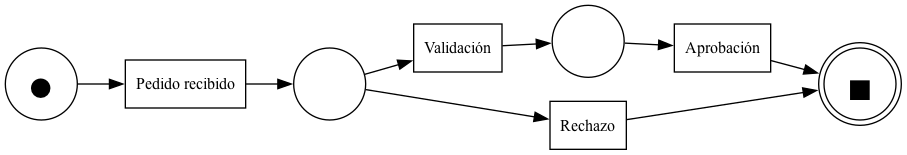
IvanciniGT/fornacionProcessMining keeps this BPMN diagram as proyecto/proceso.png. Above is the earlier version. Its source is kept beside it as proyecto/proceso.bpmn. Ids are renumbered.
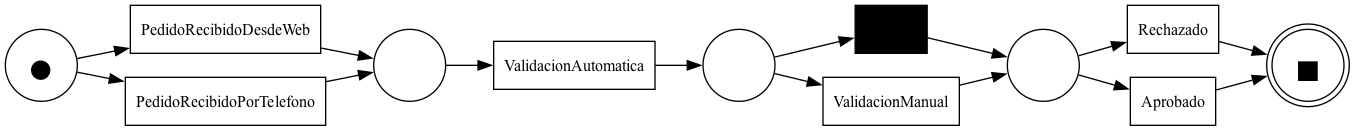
Later version of the same file.

Diff of the diagram source:
```diff
@@ -1,101 +1,187 @@
 <bpmn:definitions xmlns:bpmn="http://www.omg.org/spec/BPMN/20100524/MODEL" xmlns:bpmndi="http://www.omg.org/spec/BPMN/20100524/DI" xmlns:omgdc="http://www.omg.org/spec/DD/20100524/DC" xmlns:omgdi="http://www.omg.org/spec/DD/20100524/DI" xmlns:xsi="http://www.w3.org/2001/XMLSchema-instance" xmlns:xsd="http://www.w3.org/2001/XMLSchema" targetNamespace="http://www.signavio.com/bpmn20" typeLanguage="http://www.w3.org/2001/XMLSchema" expressionLanguage="http://www.w3.org/1999/XPath">
-	<bpmn:process id="idff883278-a782-46be-8753-69ed045f25b2" isClosed="false" isExecutable="false" processType="None">
-		<bpmn:startEvent id="id6594d415-9bce-4fbb-8212-69505a89ed87" isInterrupting="true" name="start" parallelMultiple="false">
-			<bpmn:outgoing>id57bade37-9b22-4f04-8507-c6e9c0f9b85c</bpmn:outgoing>
+	<bpmn:process id="id93836b6e-9e4e-4e56-ad1c-3d913310b646" isClosed="false" isExecutable="false" processType="None">
+		<bpmn:endEvent id="id693b7e85-7be4-4872-bb23-1597f8c43448" name="end">
+			<bpmn:incoming>id4321aead-5b93-4326-8531-d6b0dee3fb2e</bpmn:incoming>
+		</bpmn:endEvent>
+		<bpmn:startEvent id="id0584e81a-3604-4b5e-b34d-1d84cfd0fe35" isInterrupting="true" name="start" parallelMultiple="false">
+			<bpmn:outgoing>idf3d0fe11-0fd1-4a5f-bdea-beb90670f0ce</bpmn:outgoing>
 		</bpmn:startEvent>
-		<bpmn:task id="id8fc5c674-ca1e-4f13-898c-afba2a680346" name="Aprobación">
-			<bpmn:incoming>id27a8c4cc-bfbb-4586-ada8-4e8ed314bcc6</bpmn:incoming>
-			<bpmn:outgoing>id4e5296a8-976d-4ba7-9d4b-21c0367ceaa2</bpmn:outgoing>
+		<bpmn:task id="ida47cccf9-6726-45e5-9238-001952c487e7" name="Rechazado">
+			<bpmn:incoming>id465273c0-068e-4e06-a0ec-f44856e76a81</bpmn:incoming>
+			<bpmn:outgoing>ide76a69ef-155f-42fd-b342-de364715c949</bpmn:outgoing>
 		</bpmn:task>
-		<bpmn:task id="idb72cdee4-f36e-4233-bef3-cbbe7478666d" name="Validación">
-			<bpmn:incoming>id9202372a-2c44-4b64-80c6-0b350428802c</bpmn:incoming>
-			<bpmn:outgoing>id27a8c4cc-bfbb-4586-ada8-4e8ed314bcc6</bpmn:outgoing>
+		<bpmn:exclusiveGateway id="id4e5f2ef2-3d8f-43e8-9202-d961c60a2521" gatewayDirection="Converging" name="">
+			<bpmn:incoming>id7db55b87-12c8-4267-b6e4-5146538f8936</bpmn:incoming>
+			<bpmn:incoming>idc91f7ee8-223a-4f29-8973-dc4bfc54229f</bpmn:incoming>
+			<bpmn:outgoing>idaa6eddfa-0eaa-448d-9503-8450d5738f12</bpmn:outgoing>
+		</bpmn:exclusiveGateway>
+		<bpmn:exclusiveGateway id="idb826dea0-fcb3-4ecb-9b91-082bde508b7b" gatewayDirection="Converging" name="">
+			<bpmn:incoming>ida36220d8-4796-4551-b97e-a91ef34ea2b9</bpmn:incoming>
+			<bpmn:incoming>id8af5a132-b155-4cb5-81fe-114ad2579360</bpmn:incoming>
+			<bpmn:outgoing>id6d40223a-8cb6-49de-8523-db5dae88e731</bpmn:outgoing>
+		</bpmn:exclusiveGateway>
+		<bpmn:task id="id557d32e7-872c-4a02-8214-9d72df72401c" name="ValidacionAutomatica">
+			<bpmn:incoming>idaa6eddfa-0eaa-448d-9503-8450d5738f12</bpmn:incoming>
+			<bpmn:outgoing>id7d93d620-0bcc-4d8f-89f5-46e9eeb69cd6</bpmn:outgoing>
 		</bpmn:task>
-		<bpmn:exclusiveGateway id="id134a6237-05ae-40e8-941f-4ae38ae382b9" gatewayDirection="Converging" name="">
-			<bpmn:incoming>id4e5296a8-976d-4ba7-9d4b-21c0367ceaa2</bpmn:incoming>
-			<bpmn:incoming>id14e41b5d-f9ec-466b-ac2c-3105e97f6de9</bpmn:incoming>
-			<bpmn:outgoing>id11676f8a-309e-4892-a1cd-c5292acd186a</bpmn:outgoing>
+		<bpmn:exclusiveGateway id="id77269ff3-d4ac-416a-b44a-7a3007da5acf" gatewayDirection="Diverging" name="">
+			<bpmn:incoming>id7d93d620-0bcc-4d8f-89f5-46e9eeb69cd6</bpmn:incoming>
+			<bpmn:outgoing>id12bec232-514a-4bf1-a6ad-b4496789d6b8</bpmn:outgoing>
+			<bpmn:outgoing>id8af5a132-b155-4cb5-81fe-114ad2579360</bpmn:outgoing>
 		</bpmn:exclusiveGateway>
-		<bpmn:endEvent id="id41232b39-f47f-4671-9601-d4cc579d4808" name="end">
-			<bpmn:incoming>id11676f8a-309e-4892-a1cd-c5292acd186a</bpmn:incoming>
-		</bpmn:endEvent>
-		<bpmn:task id="id312d2b5c-76a1-4730-8d3b-8a5ba14bac87" name="Rechazo">
-			<bpmn:incoming>id86ce0a59-124a-44a4-abe5-62d6d11496dc</bpmn:incoming>
-			<bpmn:outgoing>id14e41b5d-f9ec-466b-ac2c-3105e97f6de9</bpmn:outgoing>
+		<bpmn:exclusiveGateway id="id94c1df11-d3ce-4c88-93a3-bdbedfeea1cb" gatewayDirection="Diverging" name="">
+			<bpmn:incoming>idf3d0fe11-0fd1-4a5f-bdea-beb90670f0ce</bpmn:incoming>
+			<bpmn:outgoing>id654465dc-98f7-414d-8bb9-394f51d8433b</bpmn:outgoing>
+			<bpmn:outgoing>id06fe6e74-ca86-4044-9f05-516a0cf81f81</bpmn:outgoing>
+		</bpmn:exclusiveGateway>
+		<bpmn:task id="id6d36193b-50a3-4165-8dc2-18605b87f64f" name="Aprobado">
+			<bpmn:incoming>id69ece817-0a8d-474d-a629-29c243f7f2ad</bpmn:incoming>
+			<bpmn:outgoing>id7360a740-af58-48de-9b46-af02af34c599</bpmn:outgoing>
 		</bpmn:task>
-		<bpmn:exclusiveGateway id="idde0e7bd8-8305-4a56-aacc-8daa7294e02a" gatewayDirection="Diverging" name="">
-			<bpmn:incoming>id829ffb2b-ee24-4e48-8cc9-0a66d6006cab</bpmn:incoming>
-			<bpmn:outgoing>id9202372a-2c44-4b64-80c6-0b350428802c</bpmn:outgoing>
-			<bpmn:outgoing>id86ce0a59-124a-44a4-abe5-62d6d11496dc</bpmn:outgoing>
+		<bpmn:task id="id1891f0bd-4c56-4d26-b762-709bf7877318" name="ValidacionManual">
+			<bpmn:incoming>id12bec232-514a-4bf1-a6ad-b4496789d6b8</bpmn:incoming>
+			<bpmn:outgoing>ida36220d8-4796-4551-b97e-a91ef34ea2b9</bpmn:outgoing>
+		</bpmn:task>
+		<bpmn:exclusiveGateway id="id4f3969fd-3296-43cd-9369-5de511534e99" gatewayDirection="Diverging" name="">
+			<bpmn:incoming>id6d40223a-8cb6-49de-8523-db5dae88e731</bpmn:incoming>
+			<bpmn:outgoing>id465273c0-068e-4e06-a0ec-f44856e76a81</bpmn:outgoing>
+			<bpmn:outgoing>id69ece817-0a8d-474d-a629-29c243f7f2ad</bpmn:outgoing>
 		</bpmn:exclusiveGateway>
-		<bpmn:task id="id31c356a4-5f87-4698-8d2c-d82ed73baa3e" name="Pedido recibido">
-			<bpmn:incoming>id57bade37-9b22-4f04-8507-c6e9c0f9b85c</bpmn:incoming>
-			<bpmn:outgoing>id829ffb2b-ee24-4e48-8cc9-0a66d6006cab</bpmn:outgoing>
+		<bpmn:task id="idaae6b267-9605-4486-958d-1418a9f28968" name="PedidoRecibidoDesdeWeb">
+			<bpmn:incoming>id06fe6e74-ca86-4044-9f05-516a0cf81f81</bpmn:incoming>
+			<bpmn:outgoing>idc91f7ee8-223a-4f29-8973-dc4bfc54229f</bpmn:outgoing>
 		</bpmn:task>
-		<bpmn:sequenceFlow id="id829ffb2b-ee24-4e48-8cc9-0a66d6006cab" name="" sourceRef="id31c356a4-5f87-4698-8d2c-d82ed73baa3e" targetRef="idde0e7bd8-8305-4a56-aacc-8daa7294e02a"/>
-		<bpmn:sequenceFlow id="id14e41b5d-f9ec-466b-ac2c-3105e97f6de9" name="" sourceRef="id312d2b5c-76a1-4730-8d3b-8a5ba14bac87" targetRef="id134a6237-05ae-40e8-941f-4ae38ae382b9"/>
-		<bpmn:sequenceFlow id="id57bade37-9b22-4f04-8507-c6e9c0f9b85c" name="" sourceRef="id6594d415-9bce-4fbb-8212-69505a89ed87" targetRef="id31c356a4-5f87-4698-8d2c-d82ed73baa3e"/>
-		<bpmn:sequenceFlow id="id4e5296a8-976d-4ba7-9d4b-21c0367ceaa2" name="" sourceRef="id8fc5c674-ca1e-4f13-898c-afba2a680346" targetRef="id134a6237-05ae-40e8-941f-4ae38ae382b9"/>
-		<bpmn:sequenceFlow id="id86ce0a59-124a-44a4-abe5-62d6d11496dc" name="" sourceRef="idde0e7bd8-8305-4a56-aacc-8daa7294e02a" targetRef="id312d2b5c-76a1-4730-8d3b-8a5ba14bac87"/>
-		<bpmn:sequenceFlow id="id9202372a-2c44-4b64-80c6-0b350428802c" name="" sourceRef="idde0e7bd8-8305-4a56-aacc-8daa7294e02a" targetRef="idb72cdee4-f36e-4233-bef3-cbbe7478666d"/>
-		<bpmn:sequenceFlow id="id11676f8a-309e-4892-a1cd-c5292acd186a" name="" sourceRef="id134a6237-05ae-40e8-941f-4ae38ae382b9" targetRef="id41232b39-f47f-4671-9601-d4cc579d4808"/>
-		<bpmn:sequenceFlow id="id27a8c4cc-bfbb-4586-ada8-4e8ed314bcc6" name="" sourceRef="idb72cdee4-f36e-4233-bef3-cbbe7478666d" targetRef="id8fc5c674-ca1e-4f13-898c-afba2a680346"/>
+		<bpmn:task id="id175747a3-25f1-4943-9065-267a742778fa" name="PedidoRecibidoPorTelefono">
+			<bpmn:incoming>id654465dc-98f7-414d-8bb9-394f51d8433b</bpmn:incoming>
+			<bpmn:outgoing>id7db55b87-12c8-4267-b6e4-5146538f8936</bpmn:outgoing>
+		</bpmn:task>
+		<bpmn:exclusiveGateway id="id1cb9c644-9723-4142-859b-35d76d9946d9" gatewayDirection="Converging" name="">
+			<bpmn:incoming>ide76a69ef-155f-42fd-b342-de364715c949</bpmn:incoming>
+			<bpmn:incoming>id7360a740-af58-48de-9b46-af02af34c599</bpmn:incoming>
+			<bpmn:outgoing>id4321aead-5b93-4326-8531-d6b0dee3fb2e</bpmn:outgoing>
+		</bpmn:exclusiveGateway>
+		<bpmn:sequenceFlow id="idf3d0fe11-0fd1-4a5f-bdea-beb90670f0ce" name="" sourceRef="id0584e81a-3604-4b5e-b34d-1d84cfd0fe35" targetRef="id94c1df11-d3ce-4c88-93a3-bdbedfeea1cb"/>
+		<bpmn:sequenceFlow id="ida36220d8-4796-4551-b97e-a91ef34ea2b9" name="" sourceRef="id1891f0bd-4c56-4d26-b762-709bf7877318" targetRef="idb826dea0-fcb3-4ecb-9b91-082bde508b7b"/>
+		<bpmn:sequenceFlow id="id06fe6e74-ca86-4044-9f05-516a0cf81f81" name="" sourceRef="id94c1df11-d3ce-4c88-93a3-bdbedfeea1cb" targetRef="idaae6b267-9605-4486-958d-1418a9f28968"/>
+		<bpmn:sequenceFlow id="id7360a740-af58-48de-9b46-af02af34c599" name="" sourceRef="id6d36193b-50a3-4165-8dc2-18605b87f64f" targetRef="id1cb9c644-9723-4142-859b-35d76d9946d9"/>
+		<bpmn:sequenceFlow id="ide76a69ef-155f-42fd-b342-de364715c949" name="" sourceRef="ida47cccf9-6726-45e5-9238-001952c487e7" targetRef="id1cb9c644-9723-4142-859b-35d76d9946d9"/>
+		<bpmn:sequenceFlow id="id465273c0-068e-4e06-a0ec-f44856e76a81" name="" sourceRef="id4f3969fd-3296-43cd-9369-5de511534e99" targetRef="ida47cccf9-6726-45e5-9238-001952c487e7"/>
+		<bpmn:sequenceFlow id="id6d40223a-8cb6-49de-8523-db5dae88e731" name="" sourceRef="idb826dea0-fcb3-4ecb-9b91-082bde508b7b" targetRef="id4f3969fd-3296-43cd-9369-5de511534e99"/>
+		<bpmn:sequenceFlow id="id654465dc-98f7-414d-8bb9-394f51d8433b" name="" sourceRef="id94c1df11-d3ce-4c88-93a3-bdbedfeea1cb" targetRef="id175747a3-25f1-4943-9065-267a742778fa"/>
+		<bpmn:sequenceFlow id="id4321aead-5b93-4326-8531-d6b0dee3fb2e" name="" sourceRef="id1cb9c644-9723-4142-859b-35d76d9946d9" targetRef="id693b7e85-7be4-4872-bb23-1597f8c43448"/>
+		<bpmn:sequenceFlow id="id69ece817-0a8d-474d-a629-29c243f7f2ad" name="" sourceRef="id4f3969fd-3296-43cd-9369-5de511534e99" targetRef="id6d36193b-50a3-4165-8dc2-18605b87f64f"/>
+		<bpmn:sequenceFlow id="id7d93d620-0bcc-4d8f-89f5-46e9eeb69cd6" name="" sourceRef="id557d32e7-872c-4a02-8214-9d72df72401c" targetRef="id77269ff3-d4ac-416a-b44a-7a3007da5acf"/>
+		<bpmn:sequenceFlow id="id12bec232-514a-4bf1-a6ad-b4496789d6b8" name="" sourceRef="id77269ff3-d4ac-416a-b44a-7a3007da5acf" targetRef="id1891f0bd-4c56-4d26-b762-709bf7877318"/>
+		<bpmn:sequenceFlow id="id8af5a132-b155-4cb5-81fe-114ad2579360" name="" sourceRef="id77269ff3-d4ac-416a-b44a-7a3007da5acf" targetRef="idb826dea0-fcb3-4ecb-9b91-082bde508b7b"/>
+		<bpmn:sequenceFlow id="id7db55b87-12c8-4267-b6e4-5146538f8936" name="" sourceRef="id175747a3-25f1-4943-9065-267a742778fa" targetRef="id4e5f2ef2-3d8f-43e8-9202-d961c60a2521"/>
+		<bpmn:sequenceFlow id="idaa6eddfa-0eaa-448d-9503-8450d5738f12" name="" sourceRef="id4e5f2ef2-3d8f-43e8-9202-d961c60a2521" targetRef="id557d32e7-872c-4a02-8214-9d72df72401c"/>
+		<bpmn:sequenceFlow id="idc91f7ee8-223a-4f29-8973-dc4bfc54229f" name="" sourceRef="idaae6b267-9605-4486-958d-1418a9f28968" targetRef="id4e5f2ef2-3d8f-43e8-9202-d961c60a2521"/>
 	</bpmn:process>
-	<bpmndi:BPMNDiagram id="id3c832f25-4b2e-43fd-a970-7e90f9a3df7d" name="diagram">
-		<bpmndi:BPMNPlane bpmnElement="idff883278-a782-46be-8753-69ed045f25b2" id="id2670e4c5-fcc9-42c1-a2b2-0071871ab240">
-			<bpmndi:BPMNShape bpmnElement="id6594d415-9bce-4fbb-8212-69505a89ed87" id="id6594d415-9bce-4fbb-8212-69505a89ed87_gui">
+	<bpmndi:BPMNDiagram id="id45b3cb8c-500e-4456-a106-db1872102c3c" name="diagram">
+		<bpmndi:BPMNPlane bpmnElement="id93836b6e-9e4e-4e56-ad1c-3d913310b646" id="id0b203d4b-00ae-4634-a216-fe9f8c76f361">
+			<bpmndi:BPMNShape bpmnElement="id693b7e85-7be4-4872-bb23-1597f8c43448" id="id693b7e85-7be4-4872-bb23-1597f8c43448_gui">
 				<omgdc:Bounds height="100" width="100" x="0" y="0"/>
 			</bpmndi:BPMNShape>
-			<bpmndi:BPMNShape bpmnElement="id8fc5c674-ca1e-4f13-898c-afba2a680346" id="id8fc5c674-ca1e-4f13-898c-afba2a680346_gui">
+			<bpmndi:BPMNShape bpmnElement="id0584e81a-3604-4b5e-b34d-1d84cfd0fe35" id="id0584e81a-3604-4b5e-b34d-1d84cfd0fe35_gui">
 				<omgdc:Bounds height="100" width="100" x="0" y="0"/>
 			</bpmndi:BPMNShape>
-			<bpmndi:BPMNShape bpmnElement="idb72cdee4-f36e-4233-bef3-cbbe7478666d" id="idb72cdee4-f36e-4233-bef3-cbbe7478666d_gui">
+			<bpmndi:BPMNShape bpmnElement="ida47cccf9-6726-45e5-9238-001952c487e7" id="ida47cccf9-6726-45e5-9238-001952c487e7_gui">
 				<omgdc:Bounds height="100" width="100" x="0" y="0"/>
 			</bpmndi:BPMNShape>
-			<bpmndi:BPMNShape bpmnElement="id134a6237-05ae-40e8-941f-4ae38ae382b9" id="id134a6237-05ae-40e8-941f-4ae38ae382b9_gui">
+			<bpmndi:BPMNShape bpmnElement="id4e5f2ef2-3d8f-43e8-9202-d961c60a2521" id="id4e5f2ef2-3d8f-43e8-9202-d961c60a2521_gui">
 				<omgdc:Bounds height="100" width="100" x="0" y="0"/>
 			</bpmndi:BPMNShape>
-			<bpmndi:BPMNShape bpmnElement="id41232b39-f47f-4671-9601-d4cc579d4808" id="id41232b39-f47f-4671-9601-d4cc579d4808_gui">
+			<bpmndi:BPMNShape bpmnElement="idb826dea0-fcb3-4ecb-9b91-082bde508b7b" id="idb826dea0-fcb3-4ecb-9b91-082bde508b7b_gui">
 				<omgdc:Bounds height="100" width="100" x="0" y="0"/>
 			</bpmndi:BPMNShape>
-			<bpmndi:BPMNShape bpmnElement="id312d2b5c-76a1-4730-8d3b-8a5ba14bac87" id="id312d2b5c-76a1-4730-8d3b-8a5ba14bac87_gui">
+			<bpmndi:BPMNShape bpmnElement="id557d32e7-872c-4a02-8214-9d72df72401c" id="id557d32e7-872c-4a02-8214-9d72df72401c_gui">
 				<omgdc:Bounds height="100" width="100" x="0" y="0"/>
 			</bpmndi:BPMNShape>
-			<bpmndi:BPMNShape bpmnElement="idde0e7bd8-8305-4a56-aacc-8daa7294e02a" id="idde0e7bd8-8305-4a56-aacc-8daa7294e02a_gui">
+			<bpmndi:BPMNShape bpmnElement="id77269ff3-d4ac-416a-b44a-7a3007da5acf" id="id77269ff3-d4ac-416a-b44a-7a3007da5acf_gui">
 				<omgdc:Bounds height="100" width="100" x="0" y="0"/>
 			</bpmndi:BPMNShape>
-			<bpmndi:BPMNShape bpmnElement="id31c356a4-5f87-4698-8d2c-d82ed73baa3e" id="id31c356a4-5f87-4698-8d2c-d82ed73baa3e_gui">
+			<bpmndi:BPMNShape bpmnElement="id94c1df11-d3ce-4c88-93a3-bdbedfeea1cb" id="id94c1df11-d3ce-4c88-93a3-bdbedfeea1cb_gui">
 				<omgdc:Bounds height="100" width="100" x="0" y="0"/>
 			</bpmndi:BPMNShape>
-			<bpmndi:BPMNEdge bpmnElement="id829ffb2b-ee24-4e48-8cc9-0a66d6006cab" id="id829ffb2b-ee24-4e48-8cc9-0a66d6006cab_gui">
+			<bpmndi:BPMNShape bpmnElement="id6d36193b-50a3-4165-8dc2-18605b87f64f" id="id6d36193b-50a3-4165-8dc2-18605b87f64f_gui">
+				<omgdc:Bounds height="100" width="100" x="0" y="0"/>
+			</bpmndi:BPMNShape>
+			<bpmndi:BPMNShape bpmnElement="id1891f0bd-4c56-4d26-b762-709bf7877318" id="id1891f0bd-4c56-4d26-b762-709bf7877318_gui">
+				<omgdc:Bounds height="100" width="100" x="0" y="0"/>
+			</bpmndi:BPMNShape>
+			<bpmndi:BPMNShape bpmnElement="id4f3969fd-3296-43cd-9369-5de511534e99" id="id4f3969fd-3296-43cd-9369-5de511534e99_gui">
+				<omgdc:Bounds height="100" width="100" x="0" y="0"/>
+			</bpmndi:BPMNShape>
+			<bpmndi:BPMNShape bpmnElement="idaae6b267-9605-4486-958d-1418a9f28968" id="idaae6b267-9605-4486-958d-1418a9f28968_gui">
+				<omgdc:Bounds height="100" width="100" x="0" y="0"/>
+			</bpmndi:BPMNShape>
+			<bpmndi:BPMNShape bpmnElement="id175747a3-25f1-4943-9065-267a742778fa" id="id175747a3-25f1-4943-9065-267a742778fa_gui">
+				<omgdc:Bounds height="100" width="100" x="0" y="0"/>
+			</bpmndi:BPMNShape>
+			<bpmndi:BPMNShape bpmnElement="id1cb9c644-9723-4142-859b-35d76d9946d9" id="id1cb9c644-9723-4142-859b-35d76d9946d9_gui">
+				<omgdc:Bounds height="100" width="100" x="0" y="0"/>
+			</bpmndi:BPMNShape>
+			<bpmndi:BPMNEdge bpmnElement="idf3d0fe11-0fd1-4a5f-bdea-beb90670f0ce" id="idf3d0fe11-0fd1-4a5f-bdea-beb90670f0ce_gui">
 				<omgdi:waypoint x="0" y="0"/>
 				<omgdi:waypoint x="0" y="0"/>
 			</bpmndi:BPMNEdge>
-			<bpmndi:BPMNEdge bpmnElement="id14e41b5d-f9ec-466b-ac2c-3105e97f6de9" id="id14e41b5d-f9ec-466b-ac2c-3105e97f6de9_gui">
+			<bpmndi:BPMNEdge bpmnElement="ida36220d8-4796-4551-b97e-a91ef34ea2b9" id="ida36220d8-4796-4551-b97e-a91ef34ea2b9_gui">
 				<omgdi:waypoint x="0" y="0"/>
 				<omgdi:waypoint x="0" y="0"/>
 			</bpmndi:BPMNEdge>
-			<bpmndi:BPMNEdge bpmnElement="id57bade37-9b22-4f04-8507-c6e9c0f9b85c" id="id57bade37-9b22-4f04-8507-c6e9c0f9b85c_gui">
+			<bpmndi:BPMNEdge bpmnElement="id06fe6e74-ca86-4044-9f05-516a0cf81f81" id="id06fe6e74-ca86-4044-9f05-516a0cf81f81_gui">
 				<omgdi:waypoint x="0" y="0"/>
 				<omgdi:waypoint x="0" y="0"/>
 			</bpmndi:BPMNEdge>
-			<bpmndi:BPMNEdge bpmnElement="id4e5296a8-976d-4ba7-9d4b-21c0367ceaa2" id="id4e5296a8-976d-4ba7-9d4b-21c0367ceaa2_gui">
+			<bpmndi:BPMNEdge bpmnElement="id7360a740-af58-48de-9b46-af02af34c599" id="id7360a740-af58-48de-9b46-af02af34c599_gui">
 				<omgdi:waypoint x="0" y="0"/>
 				<omgdi:waypoint x="0" y="0"/>
 			</bpmndi:BPMNEdge>
-			<bpmndi:BPMNEdge bpmnElement="id86ce0a59-124a-44a4-abe5-62d6d11496dc" id="id86ce0a59-124a-44a4-abe5-62d6d11496dc_gui">
+			<bpmndi:BPMNEdge bpmnElement="ide76a69ef-155f-42fd-b342-de364715c949" id="ide76a69ef-155f-42fd-b342-de364715c949_gui">
 				<omgdi:waypoint x="0" y="0"/>
 				<omgdi:waypoint x="0" y="0"/>
 			</bpmndi:BPMNEdge>
-			<bpmndi:BPMNEdge bpmnElement="id9202372a-2c44-4b64-80c6-0b350428802c" id="id9202372a-2c44-4b64-80c6-0b350428802c_gui">
+			<bpmndi:BPMNEdge bpmnElement="id465273c0-068e-4e06-a0ec-f44856e76a81" id="id465273c0-068e-4e06-a0ec-f44856e76a81_gui">
 				<omgdi:waypoint x="0" y="0"/>
 				<omgdi:waypoint x="0" y="0"/>
 			</bpmndi:BPMNEdge>
-			<bpmndi:BPMNEdge bpmnElement="id11676f8a-309e-4892-a1cd-c5292acd186a" id="id11676f8a-309e-4892-a1cd-c5292acd186a_gui">
+			<bpmndi:BPMNEdge bpmnElement="id6d40223a-8cb6-49de-8523-db5dae88e731" id="id6d40223a-8cb6-49de-8523-db5dae88e731_gui">
 				<omgdi:waypoint x="0" y="0"/>
 				<omgdi:waypoint x="0" y="0"/>
 			</bpmndi:BPMNEdge>
-			<bpmndi:BPMNEdge bpmnElement="id27a8c4cc-bfbb-4586-ada8-4e8ed314bcc6" id="id27a8c4cc-bfbb-4586-ada8-4e8ed314bcc6_gui">
+			<bpmndi:BPMNEdge bpmnElement="id654465dc-98f7-414d-8bb9-394f51d8433b" id="id654465dc-98f7-414d-8bb9-394f51d8433b_gui">
+				<omgdi:waypoint x="0" y="0"/>
+				<omgdi:waypoint x="0" y="0"/>
+			</bpmndi:BPMNEdge>
+			<bpmndi:BPMNEdge bpmnElement="id4321aead-5b93-4326-8531-d6b0dee3fb2e" id="id4321aead-5b93-4326-8531-d6b0dee3fb2e_gui">
+				<omgdi:waypoint x="0" y="0"/>
+				<omgdi:waypoint x="0" y="0"/>
+			</bpmndi:BPMNEdge>
+			<bpmndi:BPMNEdge bpmnElement="id69ece817-0a8d-474d-a629-29c243f7f2ad" id="id69ece817-0a8d-474d-a629-29c243f7f2ad_gui">
+				<omgdi:waypoint x="0" y="0"/>
+				<omgdi:waypoint x="0" y="0"/>
+			</bpmndi:BPMNEdge>
+			<bpmndi:BPMNEdge bpmnElement="id7d93d620-0bcc-4d8f-89f5-46e9eeb69cd6" id="id7d93d620-0bcc-4d8f-89f5-46e9eeb69cd6_gui">
+				<omgdi:waypoint x="0" y="0"/>
+				<omgdi:waypoint x="0" y="0"/>
+			</bpmndi:BPMNEdge>
+			<bpmndi:BPMNEdge bpmnElement="id12bec232-514a-4bf1-a6ad-b4496789d6b8" id="id12bec232-514a-4bf1-a6ad-b4496789d6b8_gui">
+				<omgdi:waypoint x="0" y="0"/>
+				<omgdi:waypoint x="0" y="0"/>
+			</bpmndi:BPMNEdge>
+			<bpmndi:BPMNEdge bpmnElement="id8af5a132-b155-4cb5-81fe-114ad2579360" id="id8af5a132-b155-4cb5-81fe-114ad2579360_gui">
+				<omgdi:waypoint x="0" y="0"/>
+				<omgdi:waypoint x="0" y="0"/>
+			</bpmndi:BPMNEdge>
+			<bpmndi:BPMNEdge bpmnElement="id7db55b87-12c8-4267-b6e4-5146538f8936" id="id7db55b87-12c8-4267-b6e4-5146538f8936_gui">
+				<omgdi:waypoint x="0" y="0"/>
+				<omgdi:waypoint x="0" y="0"/>
+			</bpmndi:BPMNEdge>
+			<bpmndi:BPMNEdge bpmnElement="idaa6eddfa-0eaa-448d-9503-8450d5738f12" id="idaa6eddfa-0eaa-448d-9503-8450d5738f12_gui">
+				<omgdi:waypoint x="0" y="0"/>
+				<omgdi:waypoint x="0" y="0"/>
+			</bpmndi:BPMNEdge>
+			<bpmndi:BPMNEdge bpmnElement="idc91f7ee8-223a-4f29-8973-dc4bfc54229f" id="idc91f7ee8-223a-4f29-8973-dc4bfc54229f_gui">
 				<omgdi:waypoint x="0" y="0"/>
 				<omgdi:waypoint x="0" y="0"/>
 			</bpmndi:BPMNEdge>
```
